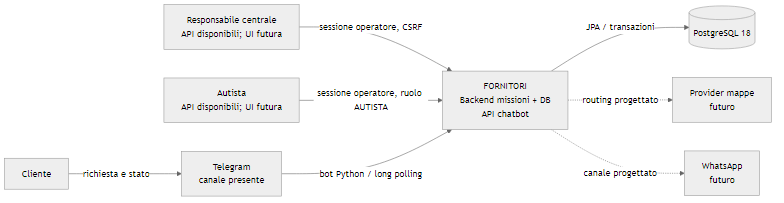
The Mermaid diagram docs/diagrams/rendered/system_context.png in coluccimarco/fornitori-soccorso, before a commit. Its source is kept beside it as docs/diagrams/system_context.mmd. Its diagram source:
```mermaid
flowchart LR
    Ops["Responsabile centrale<br/>API disponibili; UI futura"]
    Driver["Autista<br/>API disponibili; UI futura"]
    Customer["Cliente"]
    System["FORNITORI<br/>Backend missioni + DB<br/>API chatbot"]
    Telegram["Telegram<br/>canale presente"]
    PostgreSQL[("PostgreSQL 18")]
    Maps["Provider mappe<br/>futuro"]
    WhatsApp["WhatsApp<br/>futuro"]
    Ops -->|"sessione operatore, CSRF"| System
    Driver -->|"sessione operatore, ruolo AUTISTA"| System
    Customer -->|"richiesta e stato"| Telegram
    Telegram -->|"bot Python / long polling"| System
    System -->|"JPA / transazioni"| PostgreSQL
    System -. "routing progettato" .-> Maps
    System -. "canale progettato" .-> WhatsApp
```
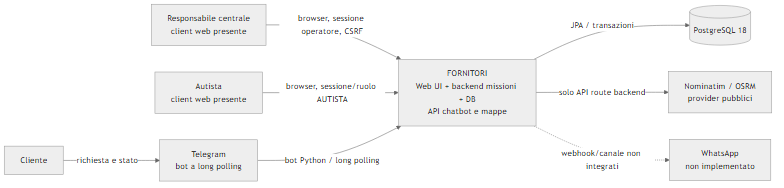
Later version of the same file.

Diff of the diagram source:
```diff
@@ -1,16 +1,16 @@
 flowchart LR
-    Ops["Responsabile centrale<br/>API disponibili; UI futura"]
-    Driver["Autista<br/>API disponibili; UI futura"]
+    Ops["Responsabile centrale<br/>client web presente"]
+    Driver["Autista<br/>client web presente"]
     Customer["Cliente"]
-    System["FORNITORI<br/>Backend missioni + DB<br/>API chatbot"]
-    Telegram["Telegram<br/>canale presente"]
+    System["FORNITORI<br/>Web UI + backend missioni + DB<br/>API chatbot e mappe"]
+    Telegram["Telegram<br/>bot a long polling"]
     PostgreSQL[("PostgreSQL 18")]
-    Maps["Provider mappe<br/>futuro"]
-    WhatsApp["WhatsApp<br/>futuro"]
-    Ops -->|"sessione operatore, CSRF"| System
-    Driver -->|"sessione operatore, ruolo AUTISTA"| System
+    Maps["Nominatim / OSRM<br/>provider pubblici"]
+    WhatsApp["WhatsApp<br/>non implementato"]
+    Ops -->|"browser, sessione operatore, CSRF"| System
+    Driver -->|"browser, sessione/ruolo AUTISTA"| System
     Customer -->|"richiesta e stato"| Telegram
     Telegram -->|"bot Python / long polling"| System
     System -->|"JPA / transazioni"| PostgreSQL
-    System -. "routing progettato" .-> Maps
-    System -. "canale progettato" .-> WhatsApp
+    System -->|"solo API route backend"| Maps
+    System -. "webhook/canale non integrati" .-> WhatsApp
```
